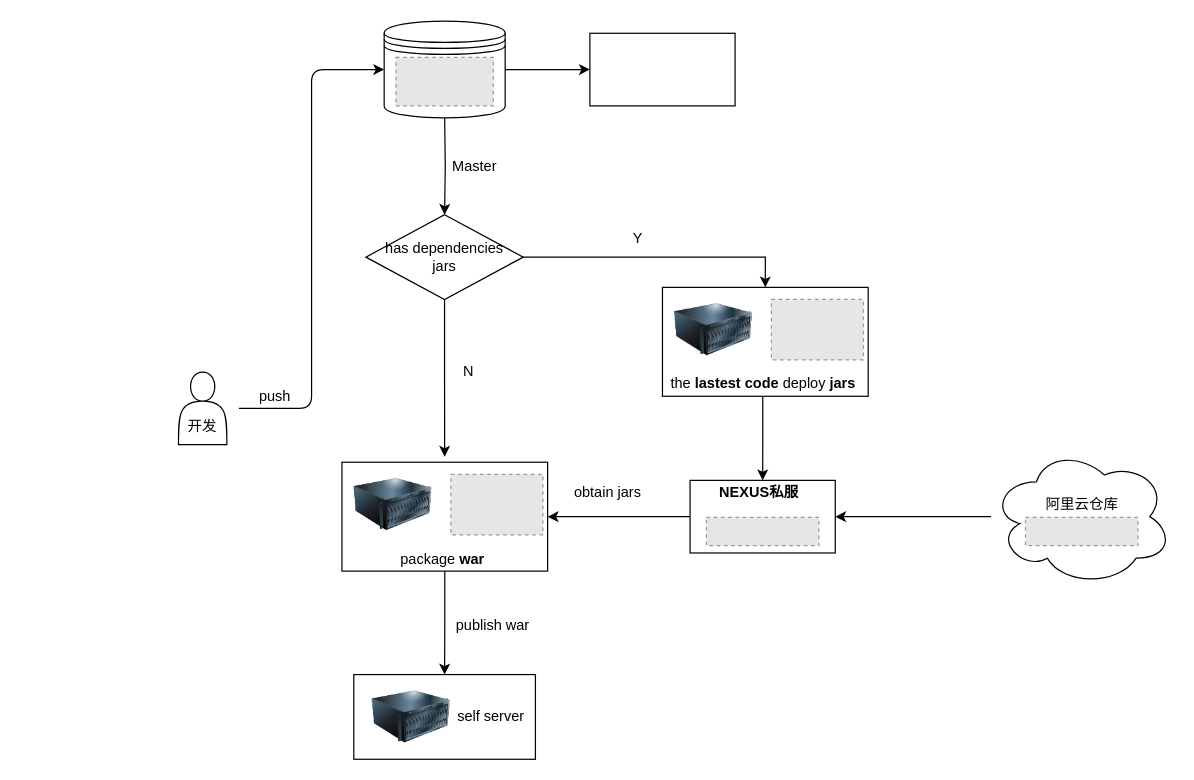
Earlier version of the draw.io diagram Untitled Diagram.drawio (top37/pro1). Source tidied: cells renumbered, new cells numbered last; positions are measured from the earlier drawing's top-left corner, leaving out a move shared by most shapes. Both pictures are drawn from the tidied source at 121%, with x=0, y=0 at pixel (178, 21). Pictures stored in the file or linked from it are replaced by grey dashed boxes.
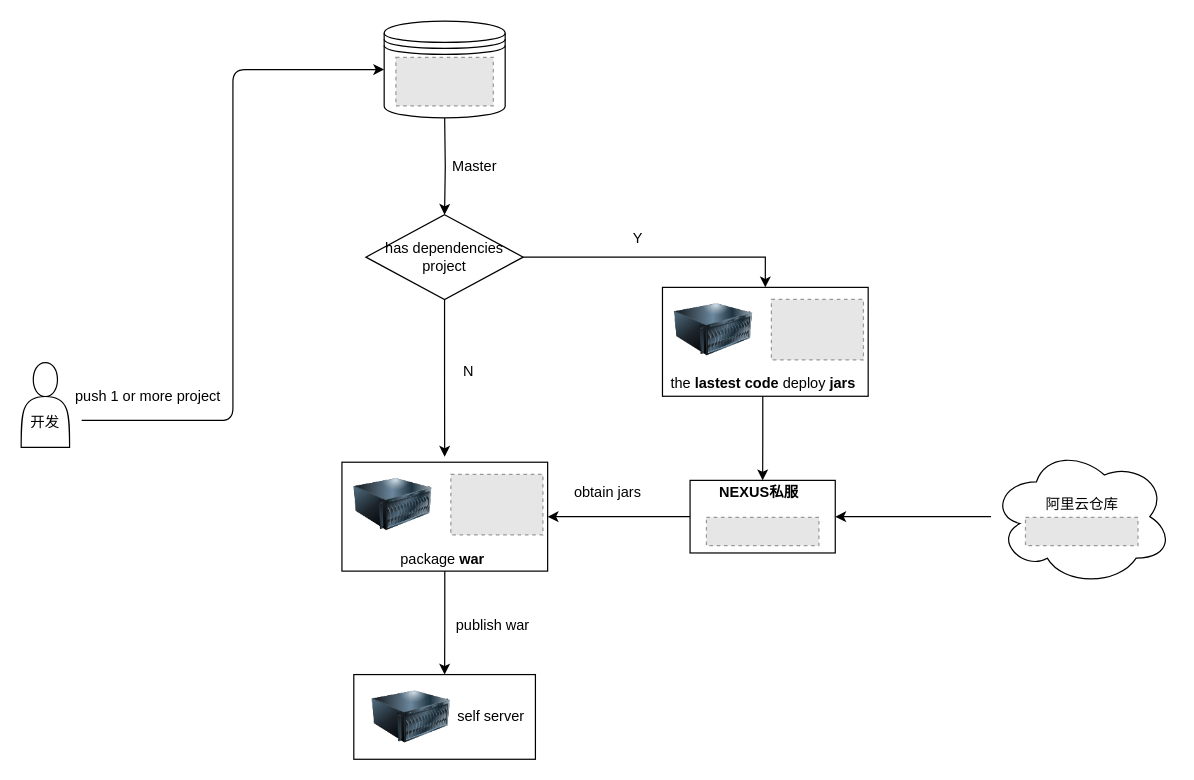
Above is the later version.

The change refers to these unchanged cells:
```xml
<mxCell id="5" style="shape=datastore;whiteSpace=wrap;html=1;" parent="1" vertex="1">
  <mxGeometry x="170" width="100" height="80" as="geometry" />
</mxCell>
```

What changed in the source:
```diff
@@
     <mxCell id="2" value="&lt;br&gt;&lt;br&gt;开发" style="shape=actor;whiteSpace=wrap;html=1;" parent="1" vertex="1">
-      <mxGeometry y="290" width="40" height="60" as="geometry" />
+      <mxGeometry x="-130" y="282.2" width="40" height="70" as="geometry" />
     </mxCell>
     <mxCell id="3" style="edgeStyle=elbowEdgeStyle;elbow=horizontal;endArrow=classic;html=1;entryX=0;entryY=0.5;entryDx=0;entryDy=0;" parent="1" edge="1" target="5">
       <mxGeometry relative="1" as="geometry">
-        <mxPoint x="50" y="320" as="sourcePoint" />
+        <mxPoint x="-80" y="330" as="sourcePoint" />
       </mxGeometry>
     </mxCell>
-    <mxCell id="4" style="edgeStyle=orthogonalEdgeStyle;rounded=0;jettySize=auto;html=1;" parent="1" edge="1" source="5" target="34">
-      <mxGeometry relative="1" as="geometry" />
-    </mxCell>
@@
-    <mxCell id="8" value="push" style="text;html=1;strokeColor=none;fillColor=none;align=center;verticalAlign=middle;whiteSpace=wrap;rounded=0;" parent="1" vertex="1">
-      <mxGeometry x="60" y="300" width="40" height="20" as="geometry" />
+    <mxCell id="8" value="push 1 or more project" style="text;html=1;strokeColor=none;fillColor=none;align=center;verticalAlign=middle;whiteSpace=wrap;rounded=0;" parent="1" vertex="1">
+      <mxGeometry x="-90" y="300" width="130" height="20" as="geometry" />
     </mxCell>
@@
-    <mxCell id="14" value="has dependencies&lt;br&gt;jars" style="rhombus;whiteSpace=wrap;html=1;" parent="1" vertex="1">
+    <mxCell id="14" value="has dependencies&lt;br&gt;project" style="rhombus;whiteSpace=wrap;html=1;" parent="1" vertex="1">
       <mxGeometry x="154.9" y="160" width="130" height="70" as="geometry" />
     </mxCell>
@@
-    <mxCell id="34" style="whiteSpace=wrap;html=1;" parent="1" vertex="1">
-      <mxGeometry x="340" y="10" width="120" height="60" as="geometry" />
-    </mxCell>
```
